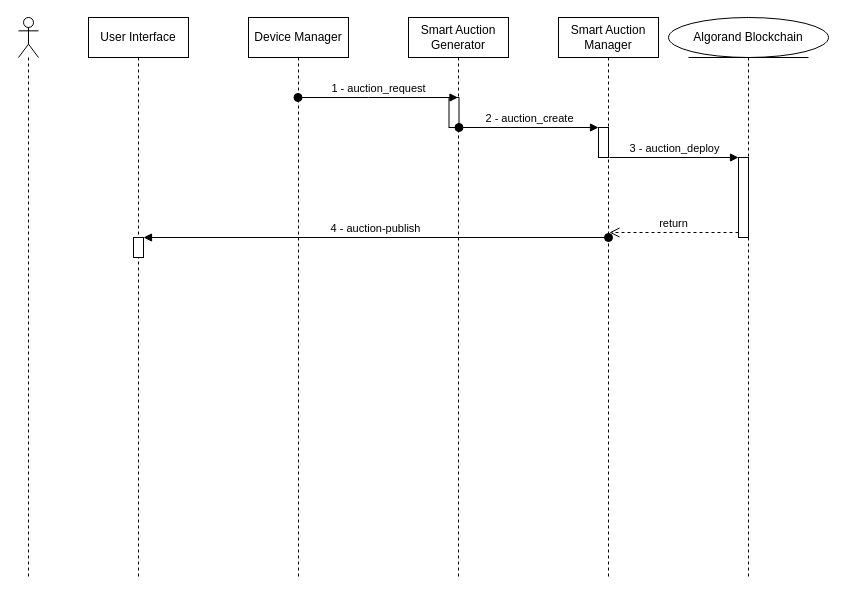
lab98/sab keeps this draw.io diagram as sequenzaAuction.drawio. Above is the earlier version. Source tidied: cells renumbered, new cells numbered last; positions are measured from the earlier drawing's top-left corner, leaving out a move shared by most shapes. Both pictures are drawn from the tidied source at 100%, with x=0, y=0 at pixel (18, 17).
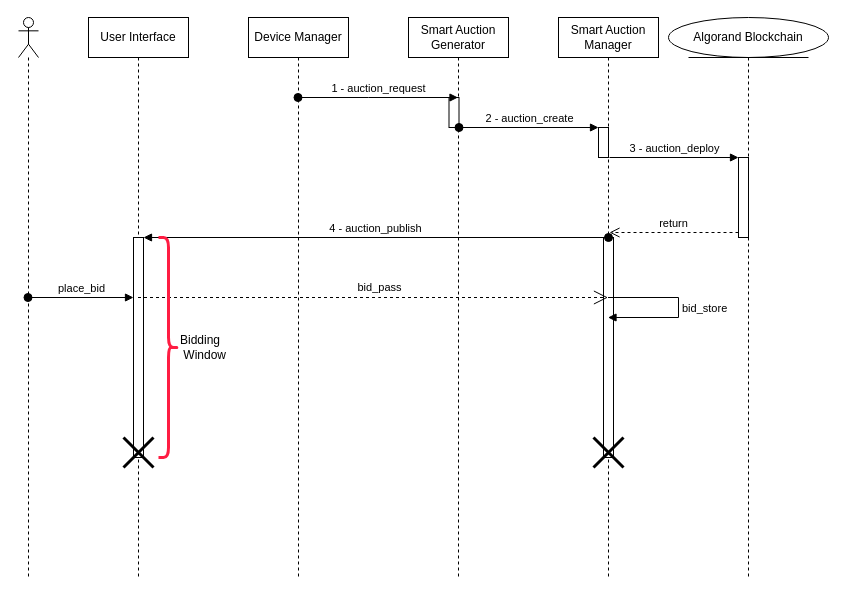
After the change.

The change refers to these unchanged cells:
```xml
<mxCell id="2" style="shape=umlLifeline;perimeter=lifelinePerimeter;whiteSpace=wrap;html=1;outlineConnect=0;portConstraint=eastwest;newEdgeStyle={&quot;edgeStyle&quot;:&quot;elbowEdgeStyle&quot;,&quot;elbow&quot;:&quot;vertical&quot;,&quot;curved&quot;:0,&quot;rounded&quot;:0};participant=umlActor;" parent="1" vertex="1">
  <mxGeometry width="20" height="560" as="geometry" />
</mxCell>
<mxCell id="3" value="User Interface" style="shape=umlLifeline;perimeter=lifelinePerimeter;whiteSpace=wrap;html=1;outlineConnect=0;portConstraint=eastwest;newEdgeStyle={&quot;edgeStyle&quot;:&quot;elbowEdgeStyle&quot;,&quot;elbow&quot;:&quot;vertical&quot;,&quot;curved&quot;:0,&quot;rounded&quot;:0};" parent="1" vertex="1">
  <mxGeometry x="70" width="100" height="560" as="geometry" />
</mxCell>
<mxCell id="8" value="Smart Auction Manager" style="shape=umlLifeline;perimeter=lifelinePerimeter;whiteSpace=wrap;html=1;outlineConnect=0;portConstraint=eastwest;newEdgeStyle={&quot;edgeStyle&quot;:&quot;elbowEdgeStyle&quot;,&quot;elbow&quot;:&quot;vertical&quot;,&quot;curved&quot;:0,&quot;rounded&quot;:0};" parent="1" vertex="1">
  <mxGeometry x="540" width="100" height="560" as="geometry" />
</mxCell>
```

Diff of the diagram source:
```diff
@@
     <mxCell id="4" style="html=1;points=[];perimeter=orthogonalPerimeter;outlineConnect=0;targetShapes=umlLifeline;portConstraint=eastwest;newEdgeStyle={&quot;edgeStyle&quot;:&quot;elbowEdgeStyle&quot;,&quot;elbow&quot;:&quot;vertical&quot;,&quot;curved&quot;:0,&quot;rounded&quot;:0};" parent="3" vertex="1">
-      <mxGeometry x="45" y="220" width="10" height="20" as="geometry" />
+      <mxGeometry x="45" y="220" width="10" height="220" as="geometry" />
     </mxCell>
+    <mxCell id="17" style="shape=umlDestroy;whiteSpace=wrap;html=1;strokeWidth=3;targetShapes=umlLifeline;" parent="3" vertex="1">
+      <mxGeometry x="35" y="420" width="30" height="30" as="geometry" />
+    </mxCell>
@@
+    <mxCell id="18" style="html=1;perimeter=orthogonalPerimeter;targetShapes=umlLifeline;newEdgeStyle={&quot;edgeStyle&quot;:&quot;elbowEdgeStyle&quot;,&quot;elbow&quot;:&quot;vertical&quot;,&quot;curved&quot;:0,&quot;rounded&quot;:0};" parent="8" vertex="1">
+      <mxGeometry x="45" y="220" width="10" height="220" as="geometry" />
+    </mxCell>
+    <mxCell id="19" style="shape=umlDestroy;whiteSpace=wrap;html=1;strokeWidth=3;targetShapes=umlLifeline;" parent="8" vertex="1">
+      <mxGeometry x="35" y="420" width="30" height="30" as="geometry" />
+    </mxCell>
@@
-    <mxCell id="16" value="4 - auction-publish" style="html=1;verticalAlign=bottom;startArrow=oval;startFill=1;endArrow=block;startSize=8;edgeStyle=elbowEdgeStyle;elbow=vertical;curved=0;rounded=0;" parent="1" edge="1" target="4">
+    <mxCell id="16" value="4 - auction_publish" style="html=1;verticalAlign=bottom;startArrow=oval;startFill=1;endArrow=block;startSize=8;edgeStyle=elbowEdgeStyle;elbow=vertical;curved=0;rounded=0;" parent="1" edge="1" target="4">
       <mxGeometry relative="1" as="geometry">
         <mxPoint x="590" y="220" as="sourcePoint" />
       </mxGeometry>
     </mxCell>
+    <mxCell id="20" value="place_bid" style="html=1;verticalAlign=bottom;startArrow=oval;startFill=1;endArrow=block;startSize=8;edgeStyle=elbowEdgeStyle;elbow=vertical;curved=0;rounded=0;" parent="1" edge="1" source="2" target="4">
+      <mxGeometry relative="1" as="geometry">
+        <Array as="points">
+          <mxPoint x="110" y="280" />
+        </Array>
+      </mxGeometry>
+    </mxCell>
+    <mxCell id="21" value="bid_pass" style="endArrow=open;endSize=12;dashed=1;html=1;rounded=0;" parent="1" edge="1" source="3" target="8">
+      <mxGeometry x="0.02" y="10" relative="1" as="geometry">
+        <Array as="points">
+          <mxPoint x="360" y="280" />
+        </Array>
+        <mxPoint x="1" as="offset" />
+      </mxGeometry>
+    </mxCell>
+    <mxCell id="22" value="bid_store" style="html=1;align=left;spacingLeft=2;endArrow=block;rounded=0;edgeStyle=orthogonalEdgeStyle;curved=0;rounded=0;" parent="1" edge="1" source="8" target="8">
+      <mxGeometry relative="1" as="geometry">
+        <Array as="points">
+          <mxPoint x="660" y="280" />
+          <mxPoint x="660" y="300" />
+        </Array>
+      </mxGeometry>
+    </mxCell>
+    <mxCell id="23" value="Bidding &amp;nbsp;Window" style="shape=curlyBracket;whiteSpace=wrap;html=1;rounded=1;flipH=1;labelPosition=right;verticalLabelPosition=middle;align=left;verticalAlign=middle;size=0.5;fillColor=#f8cecc;strokeColor=#FF1C42;strokeWidth=3;" parent="1" vertex="1">
+      <mxGeometry x="140" y="220" width="20" height="220" as="geometry" />
+    </mxCell>
```
